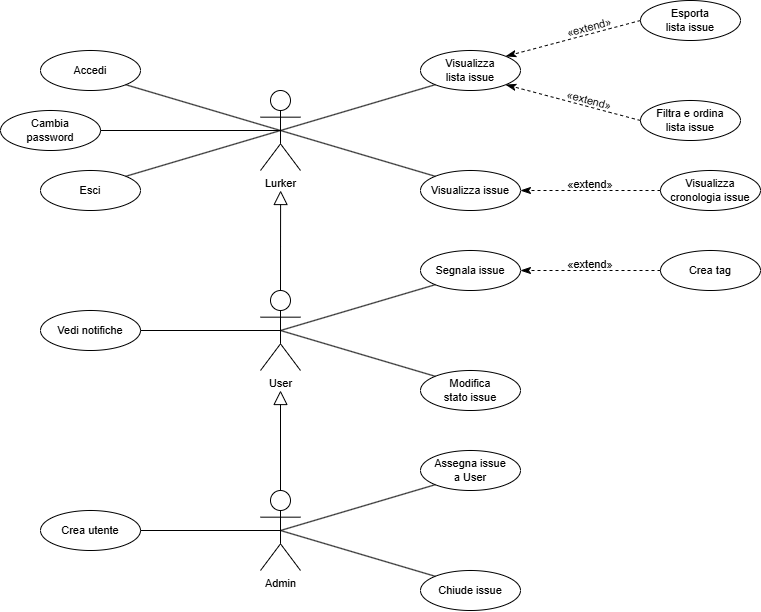
Above: Documentazione/use_cases/png/use_case_complete_diagram.png in Alessandro-uni/BugBoard26 (draw.io), before the change. Source tidied: cells renumbered, new cells last; positions are measured from the earlier drawing's top-left corner, leaving out a move shared by most shapes. The source it was exported from:
```xml
<mxGraphModel>
  <root>
    <mxCell id="0" />
    <mxCell id="1" parent="0" />
    <mxCell id="2" style="rounded=0;jettySize=auto;html=1;exitX=0.5;exitY=0.5;exitDx=0;exitDy=0;exitPerimeter=0;entryX=1;entryY=0;entryDx=0;entryDy=0;fontStyle=0;fontSize=11;endArrow=none;endFill=0;labelBackgroundColor=default;" parent="1" edge="1" source="7" target="20">
      <mxGeometry relative="1" as="geometry" />
    </mxCell>
    <mxCell id="3" style="rounded=0;jettySize=auto;html=1;exitX=0.5;exitY=0.5;exitDx=0;exitDy=0;exitPerimeter=0;entryX=1;entryY=1;entryDx=0;entryDy=0;fontStyle=0;fontSize=11;endArrow=none;endFill=0;labelBackgroundColor=default;" parent="1" edge="1" source="7" target="16">
      <mxGeometry relative="1" as="geometry" />
    </mxCell>
    <mxCell id="4" style="rounded=0;jettySize=auto;html=1;exitX=0.5;exitY=0.5;exitDx=0;exitDy=0;exitPerimeter=0;entryX=0;entryY=1;entryDx=0;entryDy=0;fontStyle=0;fontSize=11;endArrow=none;endFill=0;labelBackgroundColor=default;" parent="1" edge="1" source="7" target="21">
      <mxGeometry relative="1" as="geometry" />
    </mxCell>
    <mxCell id="5" style="rounded=0;jettySize=auto;html=1;exitX=0.5;exitY=0.5;exitDx=0;exitDy=0;exitPerimeter=0;entryX=0;entryY=0;entryDx=0;entryDy=0;fontStyle=0;fontSize=11;endArrow=none;endFill=0;labelBackgroundColor=default;" parent="1" edge="1" source="7" target="26">
      <mxGeometry relative="1" as="geometry" />
    </mxCell>
    <mxCell id="6" style="edgeStyle=orthogonalEdgeStyle;rounded=0;jettySize=auto;html=1;exitX=0.5;exitY=0.5;exitDx=0;exitDy=0;exitPerimeter=0;entryX=1;entryY=0.5;entryDx=0;entryDy=0;fontStyle=0;fontSize=11;endArrow=none;endFill=0;labelBackgroundColor=default;" parent="1" edge="1" source="7" target="29">
      <mxGeometry relative="1" as="geometry" />
    </mxCell>
    <mxCell id="7" value="Lurker" style="shape=umlActor;verticalLabelPosition=bottom;verticalAlign=top;html=1;outlineConnect=0;fontStyle=0;fontSize=11;labelBackgroundColor=none;fillColor=none;" parent="1" vertex="1">
      <mxGeometry x="260" y="90" width="40" height="80" as="geometry" />
    </mxCell>
    <mxCell id="8" style="rounded=0;jettySize=auto;html=1;exitX=0.5;exitY=0.5;exitDx=0;exitDy=0;exitPerimeter=0;entryX=0;entryY=1;entryDx=0;entryDy=0;fontStyle=0;fontSize=11;endArrow=none;endFill=0;labelBackgroundColor=default;" parent="1" edge="1" source="11" target="17">
      <mxGeometry relative="1" as="geometry" />
    </mxCell>
    <mxCell id="9" style="rounded=0;jettySize=auto;html=1;exitX=0.5;exitY=0.5;exitDx=0;exitDy=0;exitPerimeter=0;entryX=1;entryY=0.5;entryDx=0;entryDy=0;fontStyle=0;fontSize=11;endArrow=none;endFill=0;labelBackgroundColor=default;" parent="1" edge="1" source="11" target="30">
      <mxGeometry relative="1" as="geometry" />
    </mxCell>
    <mxCell id="10" style="edgeStyle=orthogonalEdgeStyle;rounded=0;jettySize=auto;html=1;exitX=0.5;exitY=0;exitDx=0;exitDy=0;exitPerimeter=0;endArrow=block;endFill=0;labelBackgroundColor=default;curved=0;endSize=12;fontStyle=0;fontSize=11;" parent="1" edge="1" source="11">
      <mxGeometry relative="1" as="geometry">
        <mxPoint x="280.1" y="190" as="targetPoint" />
      </mxGeometry>
    </mxCell>
    <mxCell id="11" value="User" style="shape=umlActor;verticalLabelPosition=bottom;verticalAlign=top;html=1;outlineConnect=0;fontStyle=0;fontSize=11;labelBackgroundColor=none;fillColor=none;" parent="1" vertex="1">
      <mxGeometry x="260" y="290" width="40" height="80" as="geometry" />
    </mxCell>
    <mxCell id="12" style="rounded=0;jettySize=auto;html=1;exitX=0.5;exitY=0.5;exitDx=0;exitDy=0;exitPerimeter=0;entryX=1;entryY=0.5;entryDx=0;entryDy=0;fontStyle=0;fontSize=11;endArrow=none;endFill=0;labelBackgroundColor=default;" parent="1" edge="1" source="14" target="15">
      <mxGeometry relative="1" as="geometry" />
    </mxCell>
    <mxCell id="13" style="rounded=0;jettySize=auto;html=1;exitX=0.5;exitY=0;exitDx=0;exitDy=0;exitPerimeter=0;endArrow=block;endFill=0;labelBackgroundColor=default;curved=0;endSize=12;fontStyle=0;fontSize=11;" parent="1" edge="1" source="14">
      <mxGeometry relative="1" as="geometry">
        <mxPoint x="280" y="390" as="targetPoint" />
      </mxGeometry>
    </mxCell>
    <mxCell id="14" value="Admin" style="shape=umlActor;verticalLabelPosition=bottom;verticalAlign=top;html=1;outlineConnect=0;fontStyle=0;fontSize=11;labelBackgroundColor=none;fillColor=none;" parent="1" vertex="1">
      <mxGeometry x="260" y="490" width="40" height="80" as="geometry" />
    </mxCell>
    <mxCell id="15" value="Crea utente" style="ellipse;whiteSpace=wrap;html=1;align=center;fontStyle=0;fontSize=11;labelBackgroundColor=none;fillColor=none;" parent="1" vertex="1">
      <mxGeometry x="40" y="510" width="100" height="40" as="geometry" />
    </mxCell>
    <mxCell id="16" value="Accedi" style="ellipse;whiteSpace=wrap;html=1;align=center;fontStyle=0;fontSize=11;labelBackgroundColor=none;fillColor=none;" parent="1" vertex="1">
      <mxGeometry x="40" y="50" width="100" height="40" as="geometry" />
    </mxCell>
    <mxCell id="17" value="Segnala issue" style="ellipse;whiteSpace=wrap;html=1;align=center;fontStyle=0;fontSize=11;labelBackgroundColor=none;fillColor=none;" parent="1" vertex="1">
      <mxGeometry x="420" y="250" width="100" height="40" as="geometry" />
    </mxCell>
    <mxCell id="18" style="rounded=0;jettySize=auto;html=1;exitX=0;exitY=0.5;exitDx=0;exitDy=0;entryX=1;entryY=0.5;entryDx=0;entryDy=0;fontStyle=0;fontSize=11;dashed=1;labelBackgroundColor=default;endArrow=classicThin;endFill=1;endSize=8;" parent="1" edge="1" source="19" target="17">
      <mxGeometry relative="1" as="geometry" />
    </mxCell>
    <mxCell id="19" value="Crea tag" style="ellipse;whiteSpace=wrap;html=1;align=center;fontStyle=0;fontSize=11;labelBackgroundColor=none;fillColor=none;" parent="1" vertex="1">
      <mxGeometry x="660" y="250" width="100" height="40" as="geometry" />
    </mxCell>
    <mxCell id="20" value="Esci" style="ellipse;whiteSpace=wrap;html=1;align=center;fontStyle=0;fontSize=11;labelBackgroundColor=none;fillColor=none;" parent="1" vertex="1">
      <mxGeometry x="40" y="170" width="100" height="40" as="geometry" />
    </mxCell>
    <mxCell id="21" value="Visualizza&lt;div&gt;lista issue&lt;/div&gt;" style="ellipse;whiteSpace=wrap;html=1;align=center;fontStyle=0;fontSize=11;labelBackgroundColor=none;fillColor=none;" parent="1" vertex="1">
      <mxGeometry x="420" y="50" width="100" height="40" as="geometry" />
    </mxCell>
    <mxCell id="22" style="rounded=0;jettySize=auto;html=1;exitX=0;exitY=0.5;exitDx=0;exitDy=0;entryX=1;entryY=0;entryDx=0;entryDy=0;fontStyle=0;fontSize=11;dashed=1;labelBackgroundColor=default;endArrow=classicThin;endFill=1;endSize=8;" parent="1" edge="1" source="23" target="21">
      <mxGeometry x="-0.22" y="-17" relative="1" as="geometry" />
    </mxCell>
    <mxCell id="23" value="Esporta&lt;div&gt;lista issue&lt;/div&gt;" style="ellipse;whiteSpace=wrap;html=1;align=center;fontStyle=0;fontSize=11;labelBackgroundColor=none;fillColor=none;" parent="1" vertex="1">
      <mxGeometry x="640" width="100" height="40" as="geometry" />
    </mxCell>
    <mxCell id="24" style="rounded=0;jettySize=auto;html=1;exitX=0;exitY=0.5;exitDx=0;exitDy=0;entryX=1;entryY=1;entryDx=0;entryDy=0;fontStyle=0;fontSize=11;dashed=1;jumpSize=6;jumpStyle=none;labelBackgroundColor=default;endArrow=classicThin;endFill=1;endSize=8;" parent="1" edge="1" source="25" target="21">
      <mxGeometry relative="1" as="geometry" />
    </mxCell>
    <mxCell id="25" value="Filtra e ordina&lt;br&gt;lista issue" style="ellipse;whiteSpace=wrap;html=1;align=center;fontStyle=0;fontSize=11;labelBackgroundColor=none;fillColor=none;" parent="1" vertex="1">
      <mxGeometry x="640" y="100" width="100" height="40" as="geometry" />
    </mxCell>
    <mxCell id="26" value="Visualizza issue" style="ellipse;whiteSpace=wrap;html=1;align=center;fontStyle=0;fontSize=11;labelBackgroundColor=none;fillColor=none;" parent="1" vertex="1">
      <mxGeometry x="420" y="170" width="100" height="40" as="geometry" />
    </mxCell>
    <mxCell id="27" style="rounded=0;jettySize=auto;html=1;exitX=0;exitY=0.5;exitDx=0;exitDy=0;entryX=1;entryY=0.5;entryDx=0;entryDy=0;fontSize=11;dashed=1;labelBackgroundColor=default;endArrow=classicThin;endFill=1;fontStyle=0;endSize=8;" parent="1" edge="1" source="28" target="26">
      <mxGeometry relative="1" as="geometry" />
    </mxCell>
    <mxCell id="28" value="Visualizza&lt;br&gt;cronologia issue" style="ellipse;whiteSpace=wrap;html=1;align=center;fontStyle=0;fontSize=11;labelBackgroundColor=none;fillColor=none;" parent="1" vertex="1">
      <mxGeometry x="660" y="170" width="100" height="40" as="geometry" />
    </mxCell>
    <mxCell id="29" value="Cambia&lt;div&gt;password&lt;/div&gt;" style="ellipse;whiteSpace=wrap;html=1;align=center;fontStyle=0;fontSize=11;labelBackgroundColor=none;fillColor=none;" parent="1" vertex="1">
      <mxGeometry y="110" width="100" height="40" as="geometry" />
    </mxCell>
    <mxCell id="30" value="Vedi notifiche" style="ellipse;whiteSpace=wrap;html=1;align=center;fontStyle=0;fontSize=11;labelBackgroundColor=none;fillColor=none;" parent="1" vertex="1">
      <mxGeometry x="40" y="310" width="100" height="40" as="geometry" />
    </mxCell>
    <mxCell id="31" style="rounded=0;jettySize=auto;html=1;exitX=0.5;exitY=0.5;exitDx=0;exitDy=0;exitPerimeter=0;entryX=0;entryY=0;entryDx=0;entryDy=0;fontStyle=0;fontSize=11;endArrow=none;endFill=0;labelBackgroundColor=default;" parent="1" edge="1" source="11" target="32">
      <mxGeometry relative="1" as="geometry" />
    </mxCell>
    <mxCell id="32" value="Modifica&lt;br&gt;stato issue" style="ellipse;whiteSpace=wrap;html=1;align=center;fontStyle=0;fontSize=11;labelBackgroundColor=none;fillColor=none;" parent="1" vertex="1">
      <mxGeometry x="420" y="370" width="100" height="40" as="geometry" />
    </mxCell>
    <mxCell id="33" value="«extend» " style="text;html=1;whiteSpace=wrap;align=center;verticalAlign=middle;rounded=0;fontStyle=0;rotation=345;fontSize=11;labelBackgroundColor=none;" parent="1" vertex="1">
      <mxGeometry x="559" y="12" width="60" height="30" as="geometry" />
    </mxCell>
    <mxCell id="34" value="«extend» " style="text;html=1;whiteSpace=wrap;align=center;verticalAlign=middle;rounded=0;fontStyle=0;rotation=15;fontSize=11;labelBackgroundColor=none;" parent="1" vertex="1">
      <mxGeometry x="559" y="85" width="60" height="30" as="geometry" />
    </mxCell>
    <mxCell id="35" value="«extend» " style="text;html=1;whiteSpace=wrap;align=center;verticalAlign=middle;rounded=0;fontStyle=0;rotation=0;fontSize=11;labelBackgroundColor=none;" parent="1" vertex="1">
      <mxGeometry x="560" y="168.6" width="60" height="30" as="geometry" />
    </mxCell>
    <mxCell id="36" value="«extend» " style="text;html=1;whiteSpace=wrap;align=center;verticalAlign=middle;rounded=0;fontStyle=0;rotation=0;fontSize=11;labelBackgroundColor=none;" parent="1" vertex="1">
      <mxGeometry x="560" y="249" width="60" height="30" as="geometry" />
    </mxCell>
    <mxCell id="37" style="rounded=0;jettySize=auto;html=1;exitX=0.5;exitY=0.5;exitDx=0;exitDy=0;exitPerimeter=0;entryX=0;entryY=0;entryDx=0;entryDy=0;fontStyle=0;fontSize=11;endArrow=none;endFill=0;labelBackgroundColor=default;" parent="1" edge="1" target="38">
      <mxGeometry relative="1" as="geometry">
        <mxPoint x="280" y="530" as="sourcePoint" />
      </mxGeometry>
    </mxCell>
    <mxCell id="38" value="Chiude issue" style="ellipse;whiteSpace=wrap;html=1;align=center;fontStyle=0;fontSize=11;labelBackgroundColor=none;fillColor=none;" parent="1" vertex="1">
      <mxGeometry x="420" y="570" width="100" height="40" as="geometry" />
    </mxCell>
    <mxCell id="39" style="rounded=0;jettySize=auto;html=1;exitX=0.5;exitY=0.5;exitDx=0;exitDy=0;exitPerimeter=0;entryX=0;entryY=1;entryDx=0;entryDy=0;fontStyle=0;fontSize=11;endArrow=none;endFill=0;labelBackgroundColor=default;" parent="1" edge="1" target="40">
      <mxGeometry relative="1" as="geometry">
        <mxPoint x="280" y="530" as="sourcePoint" />
      </mxGeometry>
    </mxCell>
    <mxCell id="40" value="Assegna issue&lt;br&gt;a User" style="ellipse;whiteSpace=wrap;html=1;align=center;fontStyle=0;fontSize=11;labelBackgroundColor=none;fillColor=none;" parent="1" vertex="1">
      <mxGeometry x="420" y="450" width="100" height="40" as="geometry" />
    </mxCell>
  </root>
</mxGraphModel>
```
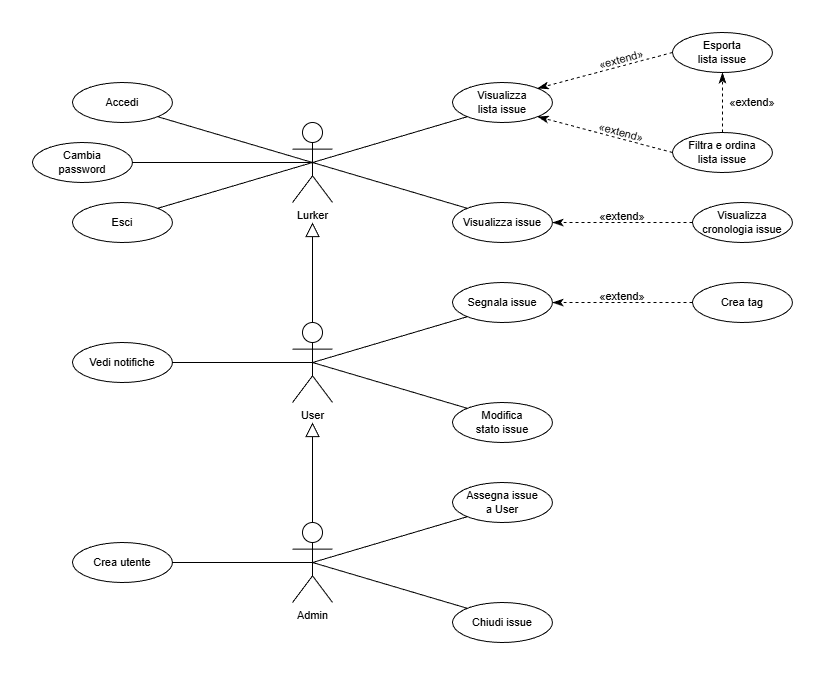
After the commit.

Diff of the diagram source:
```diff
@@ -28,7 +28,7 @@
     </mxCell>
     <mxCell id="10" style="edgeStyle=orthogonalEdgeStyle;rounded=0;jettySize=auto;html=1;exitX=0.5;exitY=0;exitDx=0;exitDy=0;exitPerimeter=0;endArrow=block;endFill=0;labelBackgroundColor=default;curved=0;endSize=12;fontStyle=0;fontSize=11;" parent="1" edge="1" source="11">
       <mxGeometry relative="1" as="geometry">
-        <mxPoint x="280.1" y="190" as="targetPoint" />
+        <mxPoint x="280" y="190" as="targetPoint" />
       </mxGeometry>
     </mxCell>
     <mxCell id="11" value="User" style="shape=umlActor;verticalLabelPosition=bottom;verticalAlign=top;html=1;outlineConnect=0;fontStyle=0;fontSize=11;labelBackgroundColor=none;fillColor=none;" parent="1" vertex="1">
@@ -116,7 +116,7 @@
         <mxPoint x="280" y="530" as="sourcePoint" />
       </mxGeometry>
     </mxCell>
-    <mxCell id="38" value="Chiude issue" style="ellipse;whiteSpace=wrap;html=1;align=center;fontStyle=0;fontSize=11;labelBackgroundColor=none;fillColor=none;" parent="1" vertex="1">
+    <mxCell id="38" value="Chiudi issue" style="ellipse;whiteSpace=wrap;html=1;align=center;fontStyle=0;fontSize=11;labelBackgroundColor=none;fillColor=none;" parent="1" vertex="1">
       <mxGeometry x="420" y="570" width="100" height="40" as="geometry" />
     </mxCell>
     <mxCell id="39" style="rounded=0;jettySize=auto;html=1;exitX=0.5;exitY=0.5;exitDx=0;exitDy=0;exitPerimeter=0;entryX=0;entryY=1;entryDx=0;entryDy=0;fontStyle=0;fontSize=11;endArrow=none;endFill=0;labelBackgroundColor=default;" parent="1" edge="1" target="40">
@@ -127,5 +127,11 @@
     <mxCell id="40" value="Assegna issue&lt;br&gt;a User" style="ellipse;whiteSpace=wrap;html=1;align=center;fontStyle=0;fontSize=11;labelBackgroundColor=none;fillColor=none;" parent="1" vertex="1">
       <mxGeometry x="420" y="450" width="100" height="40" as="geometry" />
     </mxCell>
+    <mxCell id="41" style="rounded=0;jettySize=auto;html=1;exitX=0.5;exitY=0;exitDx=0;exitDy=0;entryX=0.5;entryY=1;entryDx=0;entryDy=0;fontStyle=0;fontSize=11;dashed=1;labelBackgroundColor=default;endArrow=classicThin;endFill=1;endSize=8;" parent="1" edge="1" source="25" target="23">
+      <mxGeometry x="-0.22" y="-17" relative="1" as="geometry" />
+    </mxCell>
+    <mxCell id="42" value="«extend» " style="text;html=1;whiteSpace=wrap;align=center;verticalAlign=middle;rounded=0;fontStyle=0;rotation=0;fontSize=11;labelBackgroundColor=none;" parent="1" vertex="1">
+      <mxGeometry x="690" y="55" width="60" height="30" as="geometry" />
+    </mxCell>
   </root>
 </mxGraphModel>
```
